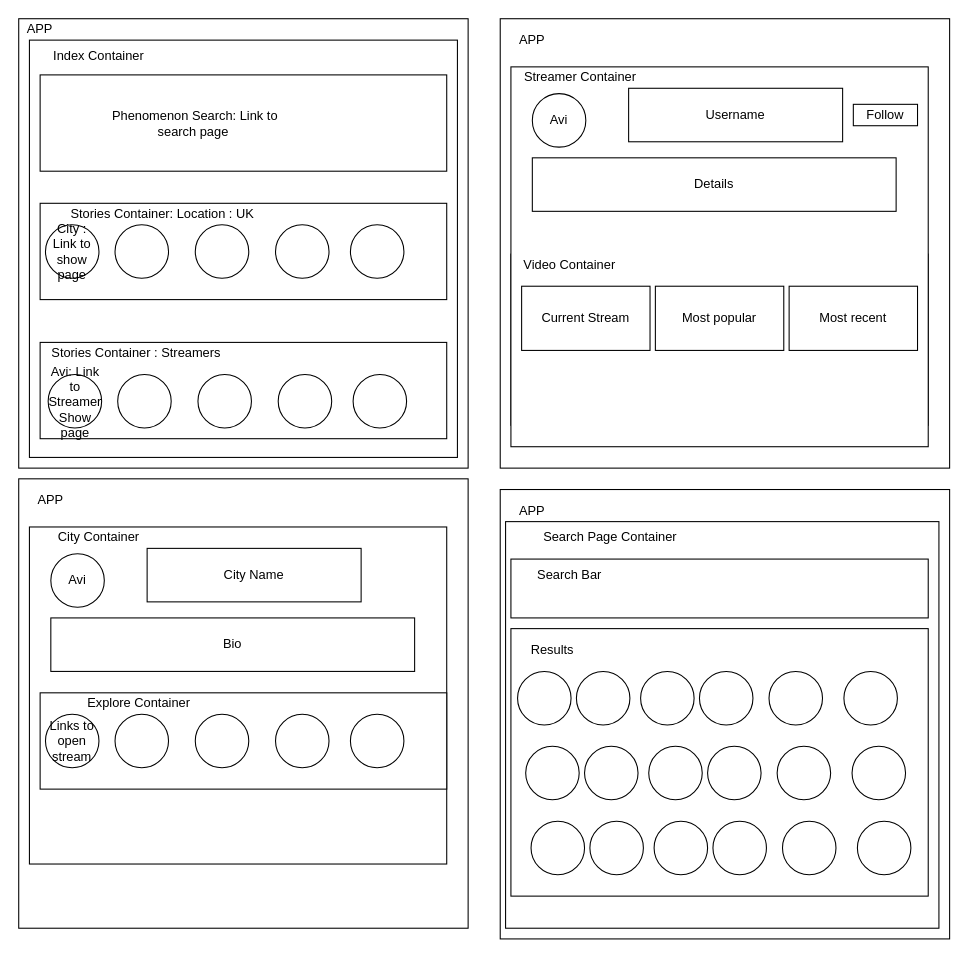
Above: frontend.drawio in gbenga/stream-nature-frontend (draw.io), before the change. Source tidied: cells renumbered, new cells numbered last; positions are measured from the earlier drawing's top-left corner, leaving out a move shared by most shapes. Both pictures are drawn from the tidied source at 107%, with x=0, y=0 at pixel (18, 18).
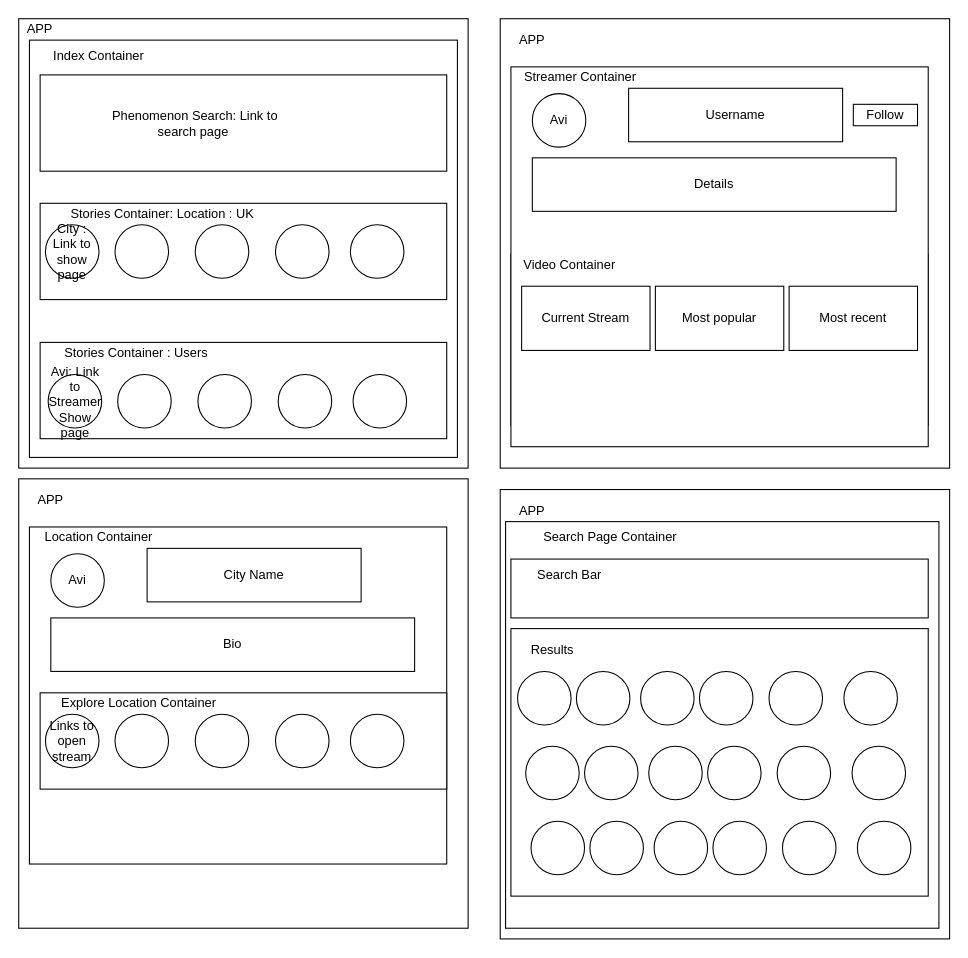
Above is the later version.

Diff of the diagram source:
```diff
@@
-    <mxCell id="25" value="Stories Container : Streamers" style="text;html=1;strokeColor=none;fillColor=none;align=center;verticalAlign=middle;whiteSpace=wrap;rounded=0;" parent="1" vertex="1">
+    <mxCell id="25" value="Stories Container : Users" style="text;html=1;strokeColor=none;fillColor=none;align=center;verticalAlign=middle;whiteSpace=wrap;rounded=0;" parent="1" vertex="1">
       <mxGeometry x="20" y="302.5" width="180" height="20" as="geometry" />
     </mxCell>
@@
-    <mxCell id="41" value="City Container" style="text;html=1;strokeColor=none;fillColor=none;align=center;verticalAlign=middle;whiteSpace=wrap;rounded=0;" parent="1" vertex="1">
+    <mxCell id="41" value="Location Container" style="text;html=1;strokeColor=none;fillColor=none;align=center;verticalAlign=middle;whiteSpace=wrap;rounded=0;" parent="1" vertex="1">
       <mxGeometry x="10" y="475" width="130" height="20" as="geometry" />
     </mxCell>
@@
-    <mxCell id="48" value="Explore Container" style="text;html=1;strokeColor=none;fillColor=none;align=center;verticalAlign=middle;whiteSpace=wrap;rounded=0;" parent="1" vertex="1">
+    <mxCell id="48" value="Explore Location Container" style="text;html=1;strokeColor=none;fillColor=none;align=center;verticalAlign=middle;whiteSpace=wrap;rounded=0;" parent="1" vertex="1">
       <mxGeometry x="27.5" y="630" width="169" height="20" as="geometry" />
     </mxCell>
```
